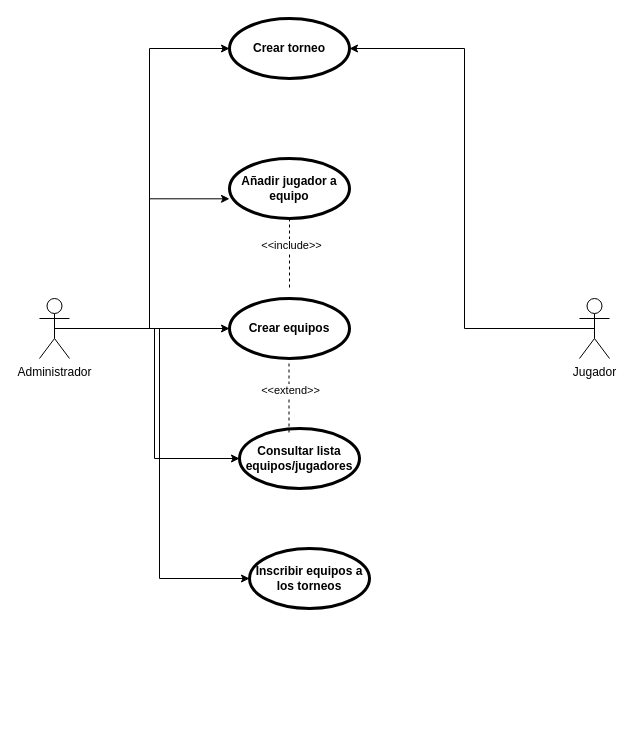
Before: Untitled Diagram.drawio in llester000/torneo-esports-uml, a draw.io diagram. Source tidied: cells renumbered, new cells numbered last; positions are measured from the earlier drawing's top-left corner, leaving out a move shared by most shapes. Both pictures are drawn from the tidied source at 100%, with x=0, y=0 at pixel (39, 18).
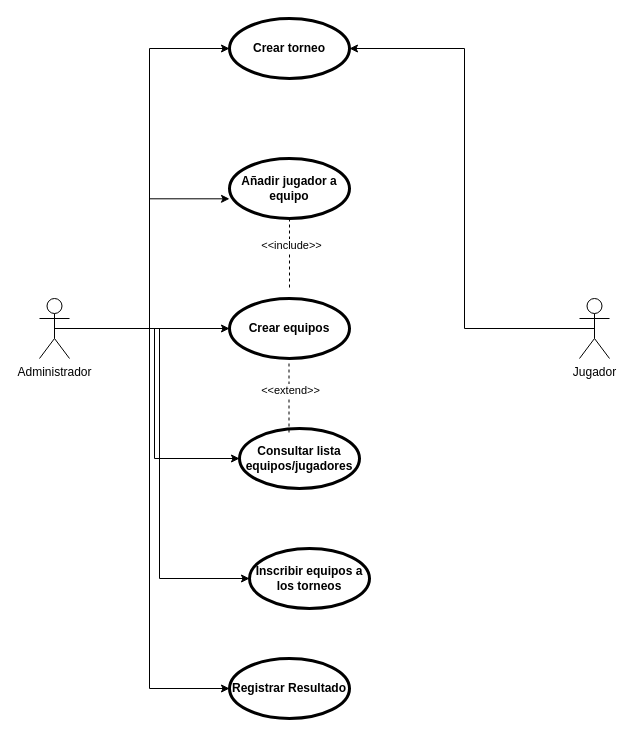
Above is the later version.

Commit message:
casos-uso

Unchanged cells that the change refers to:
```xml
<mxCell id="6" value="Administrador" style="shape=umlActor;verticalLabelPosition=bottom;verticalAlign=top;html=1;outlineConnect=0;" parent="1" vertex="1">
  <mxGeometry y="280" width="30" height="60" as="geometry" />
</mxCell>
```

What changed in the source:
```diff
@@
+    <mxCell id="19" style="edgeStyle=orthogonalEdgeStyle;rounded=0;jettySize=auto;html=1;exitX=0.5;exitY=0.5;exitDx=0;exitDy=0;exitPerimeter=0;entryX=0;entryY=0.5;entryDx=0;entryDy=0;" parent="1" edge="1" source="6" target="20">
+      <mxGeometry relative="1" as="geometry" />
+    </mxCell>
@@
+    <mxCell id="20" value="Registrar Resultado" style="shape=ellipse;html=1;strokeWidth=3;fontStyle=1;whiteSpace=wrap;align=center;perimeter=ellipsePerimeter;" parent="1" vertex="1">
+      <mxGeometry x="190" y="640" width="120" height="60" as="geometry" />
+    </mxCell>
```
